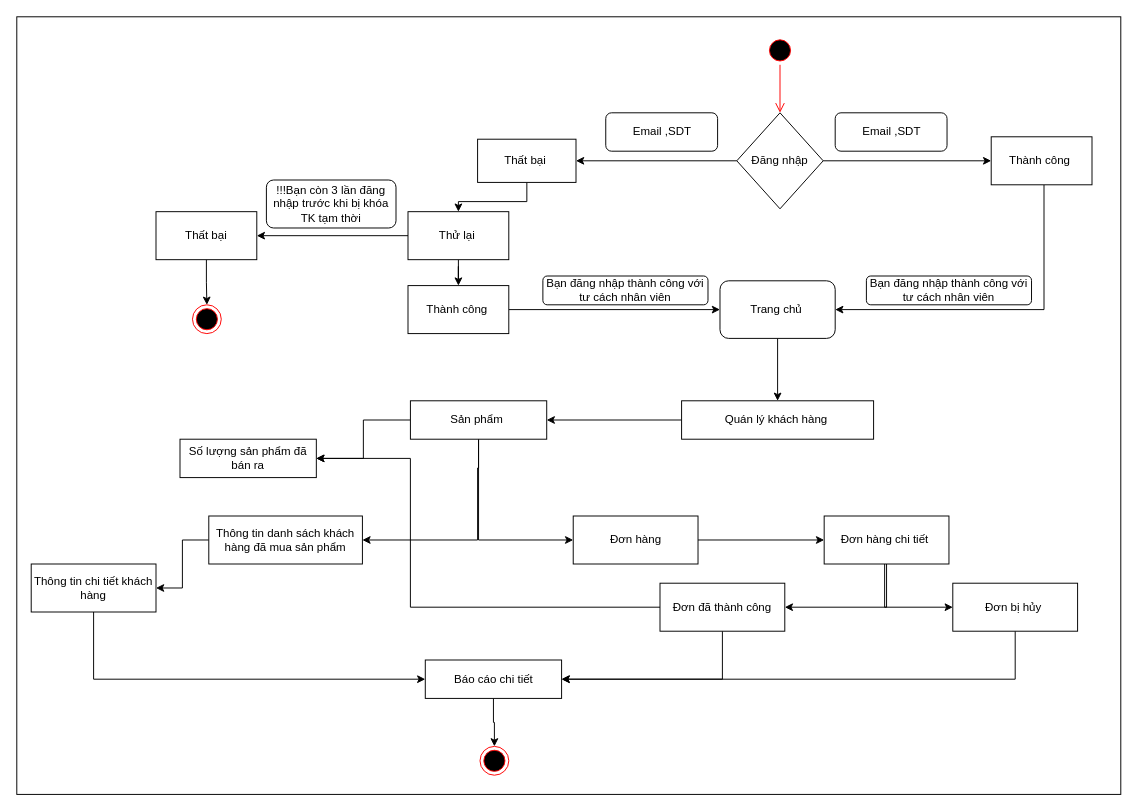
This is page "tổng quát chức năng" (1 of 5) of Biểu đồ không có tiêu đề.drawio from KhieuXThanh/QLDA, a draw.io file, before an edit. Source tidied: cells renumbered, new cells numbered last; positions are measured from the earlier drawing's top-left corner, leaving out a move shared by most shapes. Both pictures are drawn from the tidied source at 96%, with x=0, y=0 at pixel (16, 16).
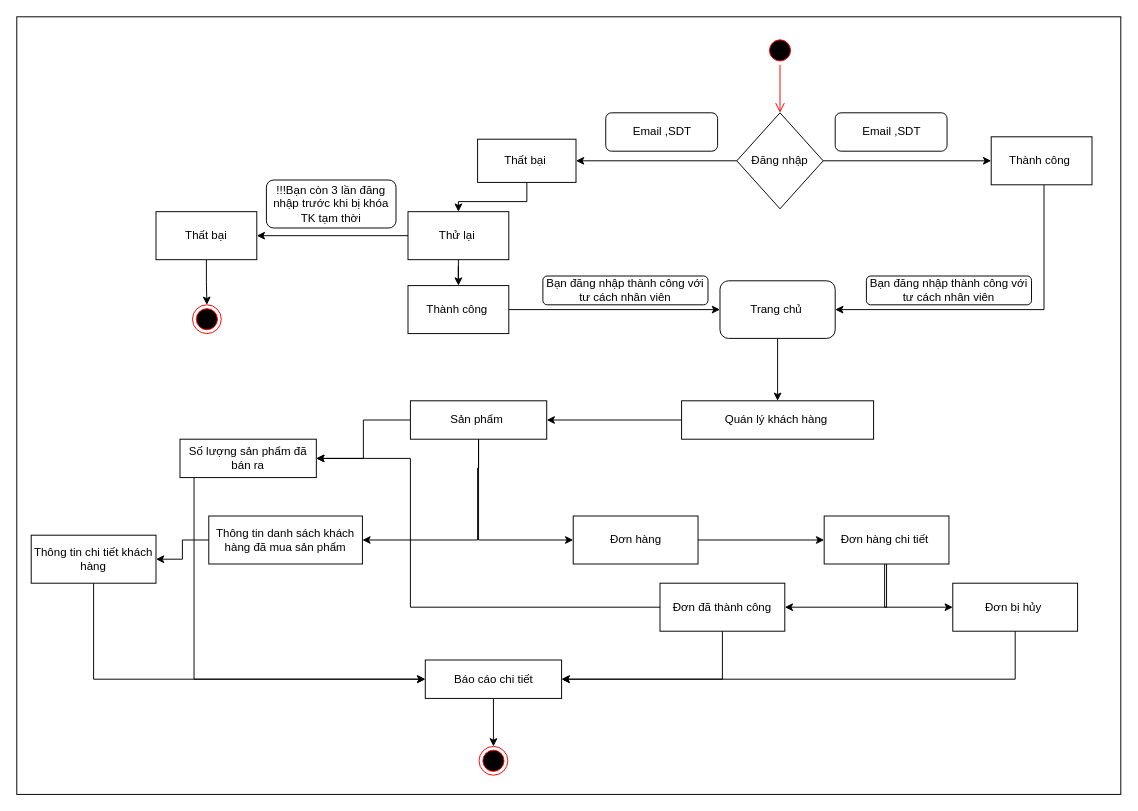
After the change.

The change refers to these unchanged cells:
```xml
<mxCell id="45" value="Số lượng sản phẩm đã bán ra" style="rounded=0;whiteSpace=wrap;html=1;" parent="1" vertex="1">
  <mxGeometry x="170" y="440" width="142" height="40" as="geometry" />
</mxCell>
<mxCell id="47" value="Báo cáo chi tiết" style="rounded=0;whiteSpace=wrap;html=1;" parent="1" vertex="1">
  <mxGeometry x="425.5" y="670" width="142" height="40" as="geometry" />
</mxCell>
```

Diff of the diagram source:
```diff
@@
     <mxCell id="38" value="Thông tin chi tiết khách hàng" style="rounded=0;whiteSpace=wrap;html=1;" parent="1" vertex="1">
-      <mxGeometry x="15" y="570" width="130" height="50" as="geometry" />
+      <mxGeometry x="15" y="540" width="130" height="50" as="geometry" />
     </mxCell>
@@
+    <mxCell id="51" style="edgeStyle=orthogonalEdgeStyle;rounded=0;jettySize=auto;html=1;entryX=0;entryY=0.5;entryDx=0;entryDy=0;exitX=0.103;exitY=1;exitDx=0;exitDy=0;exitPerimeter=0;" parent="1" edge="1" source="45" target="47">
+      <mxGeometry relative="1" as="geometry" />
+    </mxCell>
@@
     <mxCell id="48" style="ellipse;html=1;shape=endState;fillColor=#000000;strokeColor=#ff0000;" parent="1" vertex="1">
-      <mxGeometry x="482.5" y="760" width="30" height="30" as="geometry" />
+      <mxGeometry x="481.5" y="760" width="30" height="30" as="geometry" />
     </mxCell>
```
